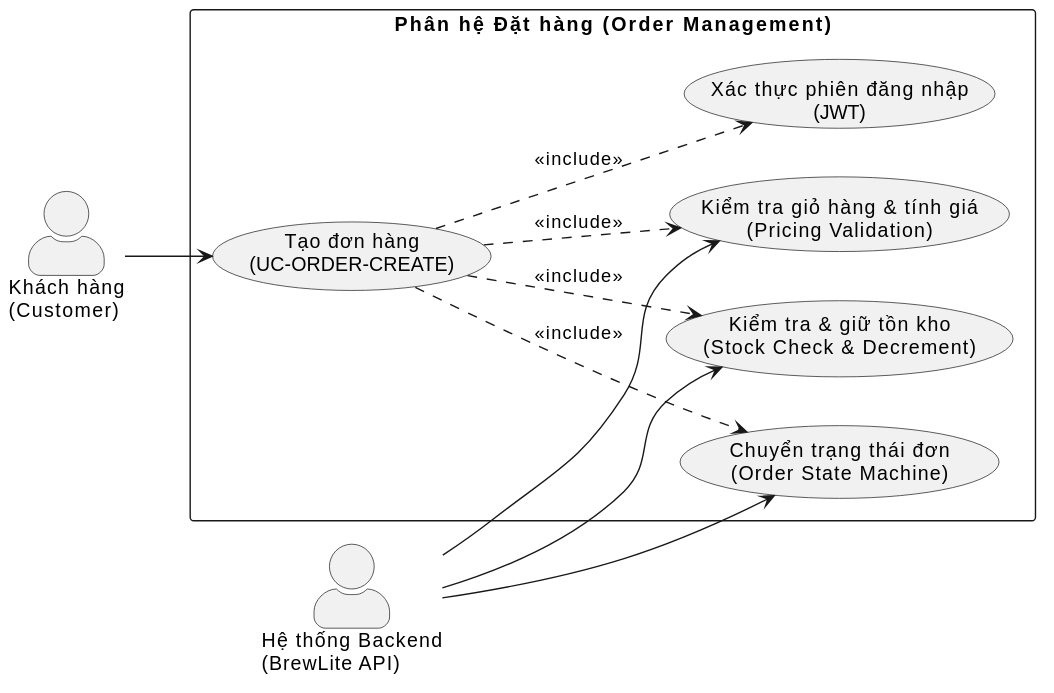
ChienPM-27/BrewLite_02 keeps this PlantUML diagram as docs/order/usecase-order.svg. Above is the earlier version.
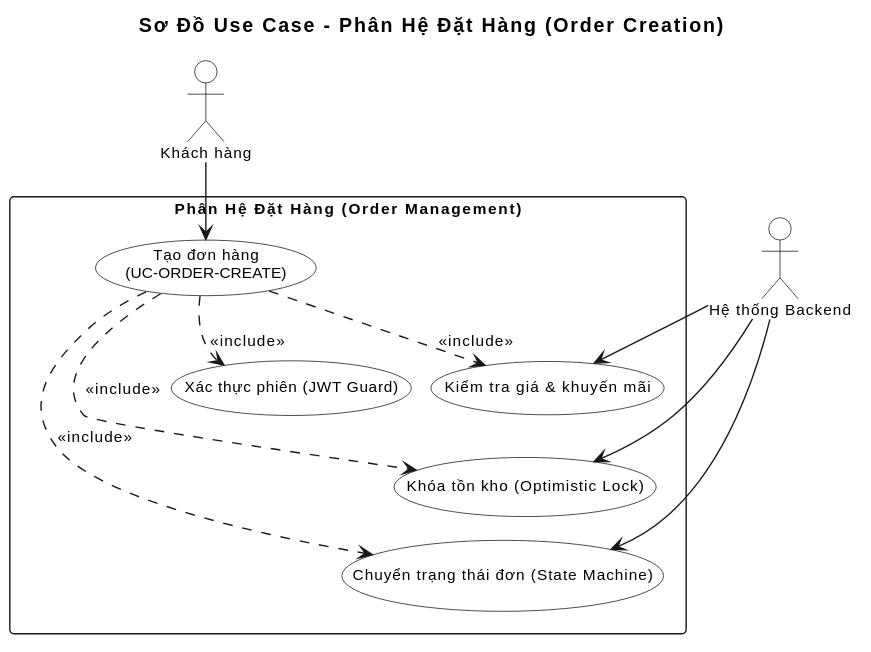
The same file after the commit.

Diff of the diagram source:
```diff
@@ -1,27 +1,45 @@
 @startuml
-left to right direction
-skinparam packageStyle rectangle
-skinparam actorStyle awesome
+title Sơ Đồ Use Case - Phân Hệ Đặt Hàng (Order Creation)
 
-actor "Khách hàng\n(Customer)" as Customer
-actor "Hệ thống Backend\n(BrewLite API)" as Backend
+skinparam defaultFontName Arial
+skinparam shadowing false
+skinparam roundcorner 6
+skinparam defaultFontSize 11
+skinparam nodesep 14
+skinparam ranksep 16
 
-rectangle "Phân hệ Đặt hàng (Order Management)" {
-  usecase "Tạo đơn hàng\n(UC-ORDER-CREATE)" as UC_CreateOrder
-  usecase "Xác thực phiên đăng nhập\n(JWT)" as UC_Auth
-  usecase "Kiểm tra giỏ hàng & tính giá\n(Pricing Validation)" as UC_ValidatePricing
-  usecase "Kiểm tra & giữ tồn kho\n(Stock Check & Decrement)" as UC_Stock
-  usecase "Chuyển trạng thái đơn\n(Order State Machine)" as UC_StateMachine
+skinparam actor {
+    BackgroundColor white
+    BorderColor black
+}
+skinparam usecase {
+    BackgroundColor white
+    BorderColor black
+}
+
+actor "Khách hàng" as Customer
+actor "Hệ thống Backend" as Backend
+
+rectangle "Phân Hệ Đặt Hàng (Order Management)" {
+    usecase "Tạo đơn hàng\n(UC-ORDER-CREATE)" as UC_CreateOrder
+    usecase "Xác thực phiên (JWT Guard)" as UC_Auth
+    usecase "Kiểm tra giá & khuyến mãi" as UC_ValidatePricing
+    usecase "Khóa tồn kho (Optimistic Lock)" as UC_Stock
+    usecase "Chuyển trạng thái đơn (State Machine)" as UC_StateMachine
 }
 
 Customer --> UC_CreateOrder
 
-UC_CreateOrder ..> UC_Auth            : <<include>>
+UC_CreateOrder ..> UC_Auth : <<include>>
 UC_CreateOrder ..> UC_ValidatePricing : <<include>>
-UC_CreateOrder ..> UC_Stock           : <<include>>
-UC_CreateOrder ..> UC_StateMachine   : <<include>>
+UC_CreateOrder ..> UC_Stock : <<include>>
+UC_CreateOrder ..> UC_StateMachine : <<include>>
 
 Backend --> UC_ValidatePricing
 Backend --> UC_Stock
 Backend --> UC_StateMachine
+
+UC_CreateOrder -[hidden]down-> UC_Auth
+UC_ValidatePricing -[hidden]down-> UC_Stock
+UC_Stock -[hidden]down-> UC_StateMachine
 @enduml
```
